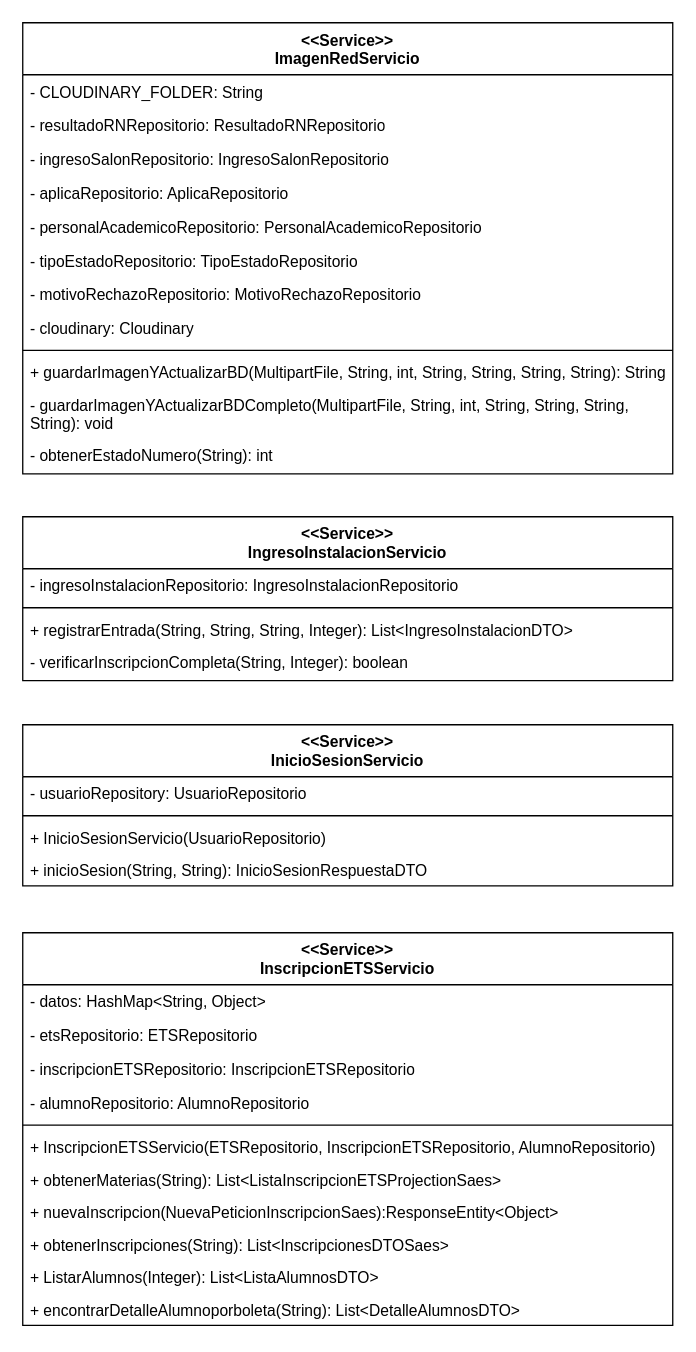
The draw.io diagram page "Services3" (3 of 8) of Clases/Services.drawio in Jajr16/DocumentacionTT, before the edit. Source tidied: cells renumbered, new cells numbered last; positions are measured from the earlier drawing's top-left corner, leaving out a move shared by most shapes. Both pictures are drawn from the tidied source at 130%, with x=0, y=0 at pixel (22, 22).
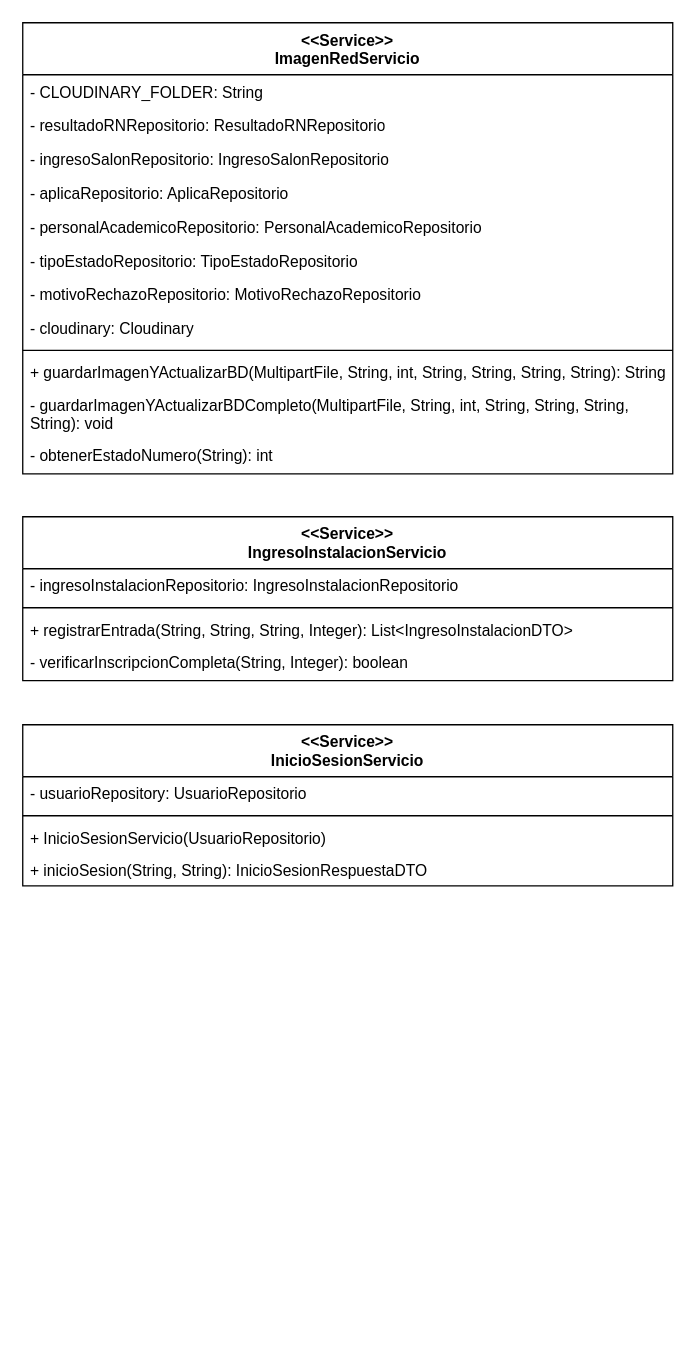
After the change.

Change to the diagram source:
```diff
@@
-    <mxCell id="25" value="&lt;div&gt;&amp;lt;&amp;lt;Service&amp;gt;&amp;gt;&lt;/div&gt;InscripcionETSServicio" style="swimlane;fontStyle=1;align=center;verticalAlign=top;horizontal=1;startSize=40;whiteSpace=wrap;html=1;" parent="1" vertex="1">
-      <mxGeometry y="700" width="500" height="302" as="geometry" />
-    </mxCell>
-    <mxCell id="26" value="- datos: HashMap&amp;lt;String, Object&amp;gt;" style="text;strokeColor=none;fillColor=none;align=left;verticalAlign=top;spacingLeft=4;spacingRight=4;overflow=hidden;whiteSpace=wrap;html=1;" parent="25" vertex="1">
-      <mxGeometry y="40" width="500" height="26" as="geometry" />
-    </mxCell>
-    <mxCell id="27" value="- etsRepositorio: ETSRepositorio" style="text;strokeColor=none;fillColor=none;align=left;verticalAlign=top;spacingLeft=4;spacingRight=4;overflow=hidden;whiteSpace=wrap;html=1;" parent="25" vertex="1">
-      <mxGeometry y="66" width="500" height="26" as="geometry" />
-    </mxCell>
-    <mxCell id="28" value="- inscripcionETSRepositorio: InscripcionETSRepositorio" style="text;strokeColor=none;fillColor=none;align=left;verticalAlign=top;spacingLeft=4;spacingRight=4;overflow=hidden;whiteSpace=wrap;html=1;" parent="25" vertex="1">
-      <mxGeometry y="92" width="500" height="26" as="geometry" />
-    </mxCell>
-    <mxCell id="29" value="- alumnoRepositorio: AlumnoRepositorio" style="text;strokeColor=none;fillColor=none;align=left;verticalAlign=top;spacingLeft=4;spacingRight=4;overflow=hidden;whiteSpace=wrap;html=1;" parent="25" vertex="1">
-      <mxGeometry y="118" width="500" height="26" as="geometry" />
-    </mxCell>
-    <mxCell id="30" style="line;strokeWidth=1;fillColor=none;align=left;verticalAlign=middle;spacingTop=-1;spacingLeft=3;spacingRight=3;labelPosition=right;strokeColor=inherit;" parent="25" vertex="1">
-      <mxGeometry y="144" width="500" height="8" as="geometry" />
-    </mxCell>
-    <mxCell id="31" value="+ InscripcionETSServicio(ETSRepositorio, InscripcionETSRepositorio, AlumnoRepositorio)" style="text;strokeColor=none;fillColor=none;align=left;verticalAlign=top;spacingLeft=4;spacingRight=4;overflow=hidden;whiteSpace=wrap;html=1;" parent="25" vertex="1">
-      <mxGeometry y="152" width="500" height="25" as="geometry" />
-    </mxCell>
-    <mxCell id="32" value="+ obtenerMaterias(String): List&amp;lt;ListaInscripcionETSProjectionSaes&amp;gt;" style="text;strokeColor=none;fillColor=none;align=left;verticalAlign=top;spacingLeft=4;spacingRight=4;overflow=hidden;whiteSpace=wrap;html=1;" parent="25" vertex="1">
-      <mxGeometry y="177" width="500" height="25" as="geometry" />
-    </mxCell>
-    <mxCell id="33" value="+ nuevaInscripcion(NuevaPeticionInscripcionSaes):ResponseEntity&amp;lt;Object&amp;gt;" style="text;strokeColor=none;fillColor=none;align=left;verticalAlign=top;spacingLeft=4;spacingRight=4;overflow=hidden;whiteSpace=wrap;html=1;" parent="25" vertex="1">
-      <mxGeometry y="202" width="500" height="25" as="geometry" />
-    </mxCell>
-    <mxCell id="34" value="+ obtenerInscripciones(String): List&amp;lt;InscripcionesDTOSaes&amp;gt;" style="text;strokeColor=none;fillColor=none;align=left;verticalAlign=top;spacingLeft=4;spacingRight=4;overflow=hidden;whiteSpace=wrap;html=1;" parent="25" vertex="1">
-      <mxGeometry y="227" width="500" height="25" as="geometry" />
-    </mxCell>
-    <mxCell id="35" value="+ ListarAlumnos(Integer): List&amp;lt;ListaAlumnosDTO&amp;gt;" style="text;strokeColor=none;fillColor=none;align=left;verticalAlign=top;spacingLeft=4;spacingRight=4;overflow=hidden;whiteSpace=wrap;html=1;" parent="25" vertex="1">
-      <mxGeometry y="252" width="500" height="25" as="geometry" />
-    </mxCell>
-    <mxCell id="36" value="+ encontrarDetalleAlumnoporboleta(String): List&amp;lt;DetalleAlumnosDTO&amp;gt;" style="text;strokeColor=none;fillColor=none;align=left;verticalAlign=top;spacingLeft=4;spacingRight=4;overflow=hidden;whiteSpace=wrap;html=1;" parent="25" vertex="1">
-      <mxGeometry y="277" width="500" height="25" as="geometry" />
-    </mxCell>
```
